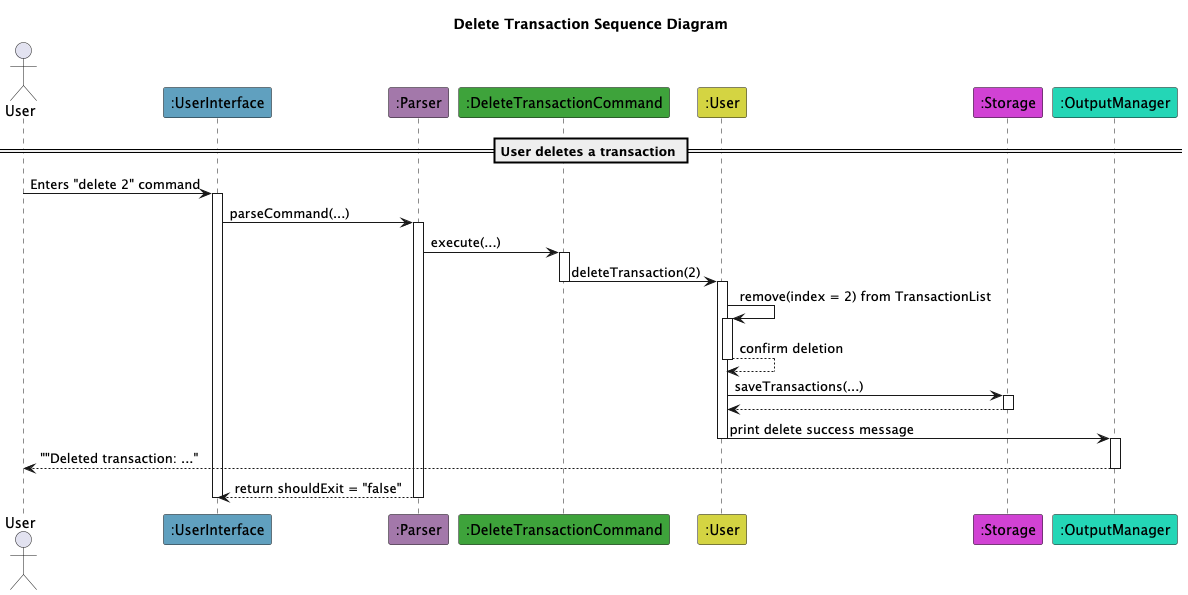
Before: docs/team/CommandFeature/deleteCommand/Delete_Transaction_Sequence_Diagram.png, a diagram exported from PlantUML (AY2526S1-CS2113-W10-2/tp).
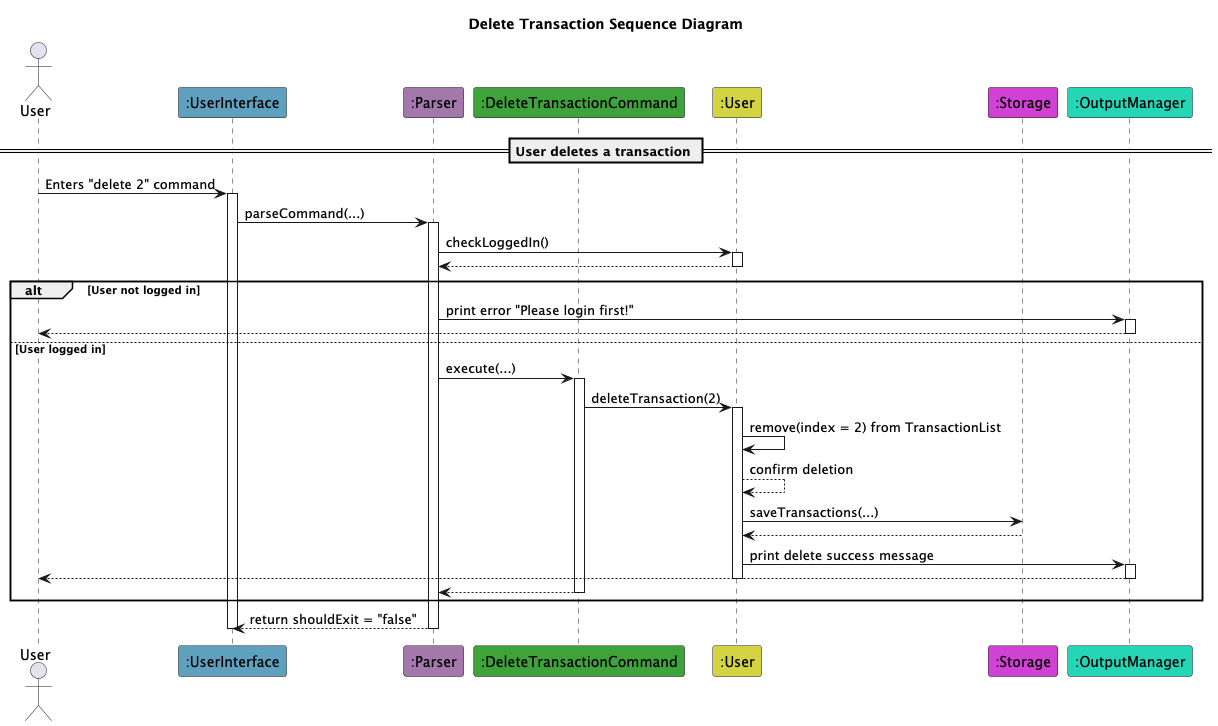
After the commit.

Diff of the diagram source:
```diff
@@ -1,5 +1,4 @@
 @startuml
-
 
 actor User as U
 
@@ -20,33 +19,43 @@
 UserInterface -> Parser : parseCommand(...)
 activate Parser
 
+Parser -> User : checkLoggedIn()
+activate User
+
+User --> Parser
+deactivate User
+alt User not logged in
+
+Parser -> OutputManager : print error "Please login first!"
+activate OutputManager
+
+OutputManager --> U
+deactivate OutputManager
+else User logged in
 Parser -> DeleteTransactionCommand : execute(...)
 activate DeleteTransactionCommand
 
 DeleteTransactionCommand -> User : deleteTransaction(2)
-deactivate DeleteTransactionCommand
 activate User
 
 User -> User : remove(index = 2) from TransactionList
-activate User
 User --> User : confirm deletion
-deactivate User
 
 User -> Storage : saveTransactions(...)
-activate Storage
-
-Storage --> User :
-deactivate Storage
+Storage --> User
 
 User -> OutputManager : print delete success message
-deactivate User
 activate OutputManager
 
-OutputManager --> U : ""Deleted transaction: ..."
+OutputManager --> U
 deactivate OutputManager
+deactivate User
+DeleteTransactionCommand --> Parser
+deactivate DeleteTransactionCommand
+end
+
 Parser --> UserInterface : return shouldExit = "false"
 deactivate Parser
 deactivate UserInterface
 
-
 @enduml
```
